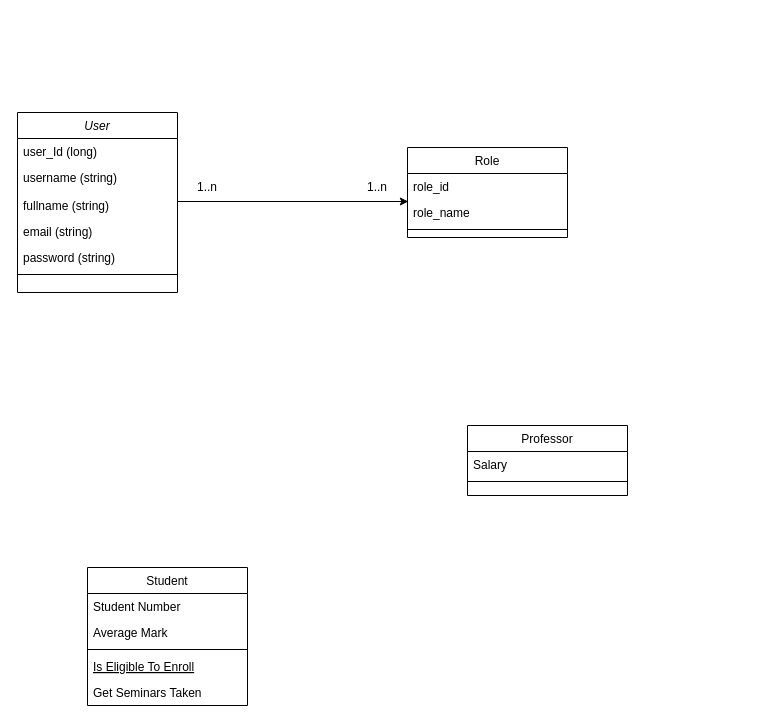
Before: Diagramme sans nom.drawio in Zakariae-zemat/Almjareb, a draw.io diagram. Source tidied: cells renumbered, new cells numbered last; positions are measured from the earlier drawing's top-left corner, leaving out a move shared by most shapes. Both pictures are drawn from the tidied source at 100%, with x=0, y=0 at pixel (17, 112).
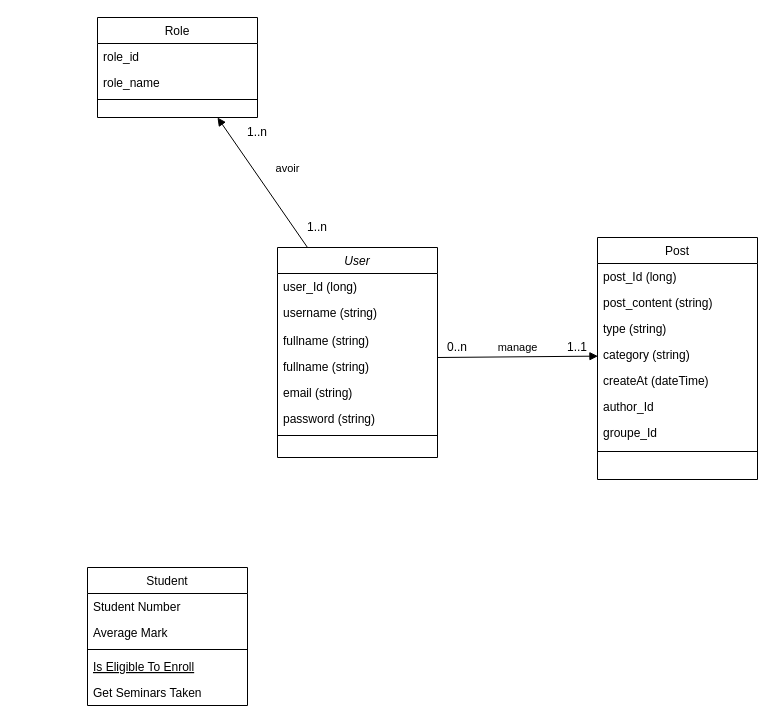
The same page after the edit.

Commit message (it also covers changes not shown here):
Mettre à jour Diagramme sans nom.drawio

The change refers to these unchanged cells:
```xml
<mxCell id="21" value="role_name" style="text;align=left;verticalAlign=top;spacingLeft=4;spacingRight=4;overflow=hidden;points=[[0,0.5],[1,0.5]];portConstraint=eastwest;rounded=0;shadow=0;html=0;" parent="19" vertex="1">
  <mxGeometry y="52" width="160" height="26" as="geometry" />
</mxCell>
```

The edit, as a diff of the source:
```diff
@@
-    <mxCell id="2" style="edgeStyle=orthogonalEdgeStyle;rounded=0;jettySize=auto;html=1;entryX=0.005;entryY=0.077;entryDx=0;entryDy=0;entryPerimeter=0;" parent="1" edge="1" source="3" target="21">
-      <mxGeometry relative="1" as="geometry">
-        <Array as="points">
-          <mxPoint x="391" y="90" />
-        </Array>
-      </mxGeometry>
-    </mxCell>
     <mxCell id="3" value="User" style="swimlane;fontStyle=2;align=center;verticalAlign=top;horizontal=1;startSize=26;rounded=0;shadow=0;strokeWidth=1;" parent="1" vertex="1">
-      <mxGeometry width="160" height="180" as="geometry" />
+      <mxGeometry x="260" y="135" width="160" height="210" as="geometry" />
     </mxCell>
@@
+    <mxCell id="25" value="fullname (string)" style="text;align=left;verticalAlign=top;spacingLeft=4;spacingRight=4;overflow=hidden;rounded=0;shadow=0;html=0;" parent="3" vertex="1">
+      <mxGeometry y="106" width="160" height="26" as="geometry" />
+    </mxCell>
     <mxCell id="7" value="email (string)" style="text;align=left;verticalAlign=top;spacingLeft=4;spacingRight=4;overflow=hidden;rounded=0;shadow=0;html=0;" parent="3" vertex="1">
-      <mxGeometry y="106" width="160" height="26" as="geometry" />
+      <mxGeometry y="132" width="160" height="26" as="geometry" />
     </mxCell>
     <mxCell id="8" value="password (string)" style="text;align=left;verticalAlign=top;spacingLeft=4;spacingRight=4;overflow=hidden;rounded=0;shadow=0;html=0;" parent="3" vertex="1">
-      <mxGeometry y="132" width="160" height="26" as="geometry" />
+      <mxGeometry y="158" width="160" height="26" as="geometry" />
     </mxCell>
     <mxCell id="9" style="line;html=1;strokeWidth=1;align=left;verticalAlign=middle;spacingTop=-1;spacingLeft=3;spacingRight=3;labelPosition=right;" parent="3" vertex="1">
-      <mxGeometry y="158" width="160" height="8" as="geometry" />
+      <mxGeometry y="184" width="160" height="8" as="geometry" />
     </mxCell>
@@
-    <mxCell id="16" value="Professor" style="swimlane;fontStyle=0;align=center;verticalAlign=top;horizontal=1;startSize=26;rounded=0;shadow=0;strokeWidth=1;" parent="1" vertex="1">
-      <mxGeometry x="450" y="313" width="160" height="70" as="geometry" />
+    <mxCell id="16" value="Post" style="swimlane;fontStyle=0;align=center;verticalAlign=top;horizontal=1;startSize=26;rounded=0;shadow=0;strokeWidth=1;" parent="1" vertex="1">
+      <mxGeometry x="580" y="125" width="160" height="242" as="geometry" />
     </mxCell>
-    <mxCell id="17" value="Salary" style="text;align=left;verticalAlign=top;spacingLeft=4;spacingRight=4;overflow=hidden;" parent="16" vertex="1">
+    <mxCell id="17" value="post_Id (long)" style="text;align=left;verticalAlign=top;spacingLeft=4;spacingRight=4;overflow=hidden;" parent="16" vertex="1">
       <mxGeometry y="26" width="160" height="26" as="geometry" />
     </mxCell>
+    <mxCell id="26" value="post_content (string)" style="text;align=left;verticalAlign=top;spacingLeft=4;spacingRight=4;overflow=hidden;" parent="16" vertex="1">
+      <mxGeometry y="52" width="160" height="26" as="geometry" />
+    </mxCell>
+    <mxCell id="27" value="type (string)" style="text;align=left;verticalAlign=top;spacingLeft=4;spacingRight=4;overflow=hidden;" parent="16" vertex="1">
+      <mxGeometry y="78" width="160" height="26" as="geometry" />
+    </mxCell>
+    <mxCell id="28" value="category (string)" style="text;align=left;verticalAlign=top;spacingLeft=4;spacingRight=4;overflow=hidden;" parent="16" vertex="1">
+      <mxGeometry y="104" width="160" height="26" as="geometry" />
+    </mxCell>
+    <mxCell id="29" value="createAt (dateTime)" style="text;align=left;verticalAlign=top;spacingLeft=4;spacingRight=4;overflow=hidden;" parent="16" vertex="1">
+      <mxGeometry y="130" width="160" height="26" as="geometry" />
+    </mxCell>
+    <mxCell id="30" value="author_Id" style="text;align=left;verticalAlign=top;spacingLeft=4;spacingRight=4;overflow=hidden;" parent="16" vertex="1">
+      <mxGeometry y="156" width="160" height="26" as="geometry" />
+    </mxCell>
+    <mxCell id="31" value="groupe_Id" style="text;align=left;verticalAlign=top;spacingLeft=4;spacingRight=4;overflow=hidden;" parent="16" vertex="1">
+      <mxGeometry y="182" width="160" height="26" as="geometry" />
+    </mxCell>
     <mxCell id="18" style="line;html=1;strokeWidth=1;align=left;verticalAlign=middle;spacingTop=-1;spacingLeft=3;spacingRight=3;labelPosition=right;" parent="16" vertex="1">
-      <mxGeometry y="52" width="160" height="8" as="geometry" />
+      <mxGeometry y="208" width="160" height="12" as="geometry" />
     </mxCell>
     <mxCell id="19" value="Role" style="swimlane;fontStyle=0;align=center;verticalAlign=top;horizontal=1;startSize=26;rounded=0;shadow=0;strokeWidth=1;" parent="1" vertex="1">
-      <mxGeometry x="390" y="35" width="160" height="90" as="geometry" />
+      <mxGeometry x="80" y="-95" width="160" height="100" as="geometry" />
     </mxCell>
@@
     <mxCell id="23" value="1..n" style="text;html=1;align=center;verticalAlign=middle;whiteSpace=wrap;rounded=0;" parent="1" vertex="1">
-      <mxGeometry x="160" y="60" width="60" height="30" as="geometry" />
+      <mxGeometry x="210" y="5" width="60" height="30" as="geometry" />
     </mxCell>
     <mxCell id="24" value="1..n" style="text;html=1;align=center;verticalAlign=middle;whiteSpace=wrap;rounded=0;" parent="1" vertex="1">
-      <mxGeometry x="330" y="65" width="60" height="20" as="geometry" />
+      <mxGeometry x="270" y="105" width="60" height="20" as="geometry" />
     </mxCell>
+    <mxCell id="32" value="avoir" style="html=1;verticalAlign=bottom;endArrow=block;curved=0;rounded=0;entryX=0.75;entryY=1;entryDx=0;entryDy=0;" parent="1" edge="1" target="19">
+      <mxGeometry x="-0.13" y="-23" relative="1" as="geometry">
+        <mxPoint x="290" y="135" as="sourcePoint" />
+      </mxGeometry>
+    </mxCell>
+    <mxCell id="33" value="manage" style="html=1;verticalAlign=bottom;endArrow=block;curved=0;rounded=0;entryX=0.841;entryY=0.932;entryDx=0;entryDy=0;entryPerimeter=0;" parent="1" edge="1" target="35">
+      <mxGeometry relative="1" as="geometry">
+        <mxPoint x="420" y="245" as="sourcePoint" />
+      </mxGeometry>
+    </mxCell>
+    <mxCell id="34" value="0..n" style="text;html=1;align=center;verticalAlign=middle;whiteSpace=wrap;rounded=0;" parent="1" vertex="1">
+      <mxGeometry x="410" y="225" width="60" height="20" as="geometry" />
+    </mxCell>
+    <mxCell id="35" value="1..1" style="text;html=1;align=center;verticalAlign=middle;whiteSpace=wrap;rounded=0;" parent="1" vertex="1">
+      <mxGeometry x="530" y="225" width="60" height="20" as="geometry" />
+    </mxCell>
```
